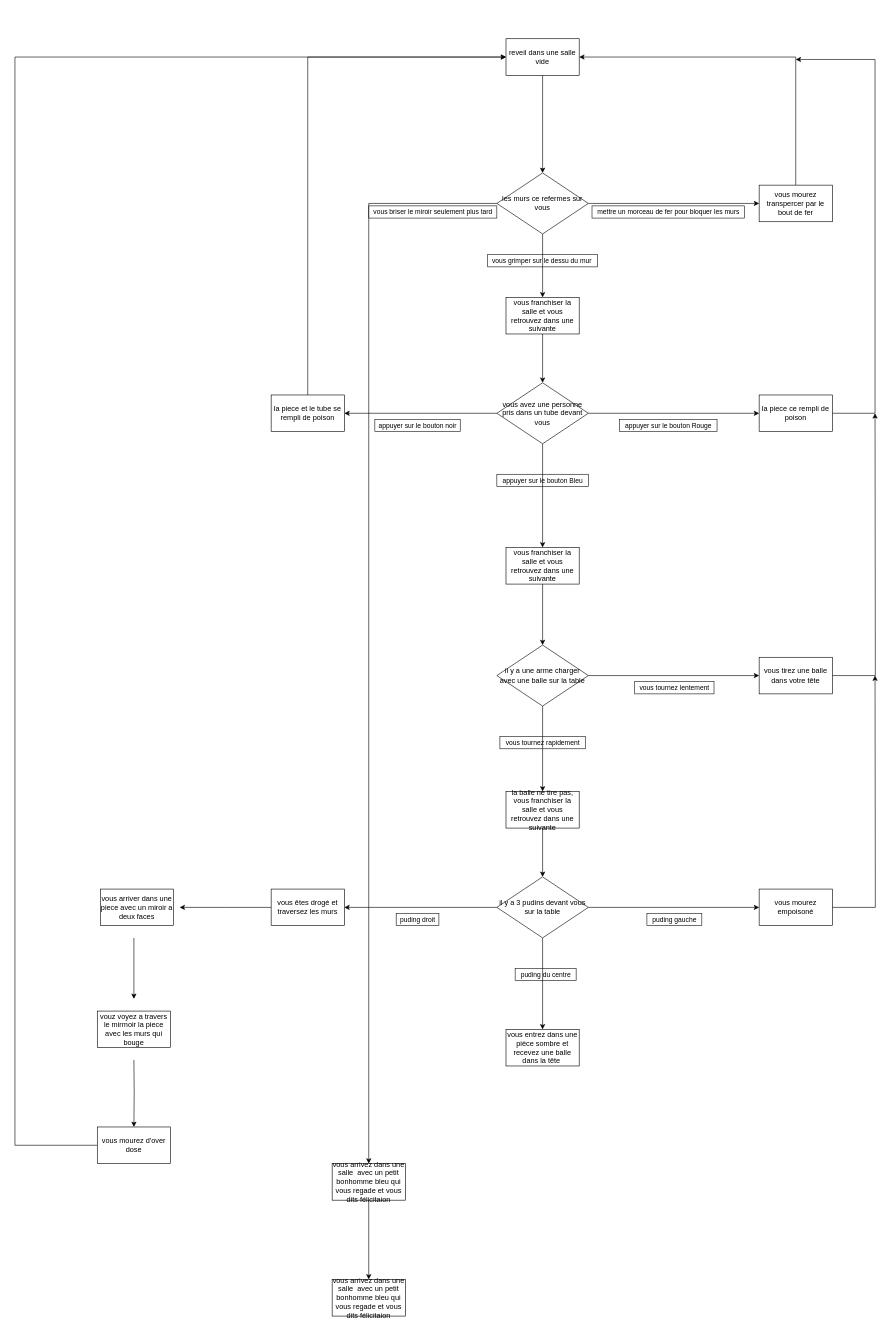
MichaelSimardVaudry/Vous-etes-le-heros-sombre-mystere keeps this draw.io diagram as simard_michael_tp01/draw.io/effet_papillon.drawio. Above is the earlier version. Source tidied: cells renumbered, new cells numbered last; positions are measured from the earlier drawing's top-left corner, leaving out a move shared by most shapes. Both pictures are drawn from the tidied source at 61%, with x=0, y=0 at pixel (15, 38).
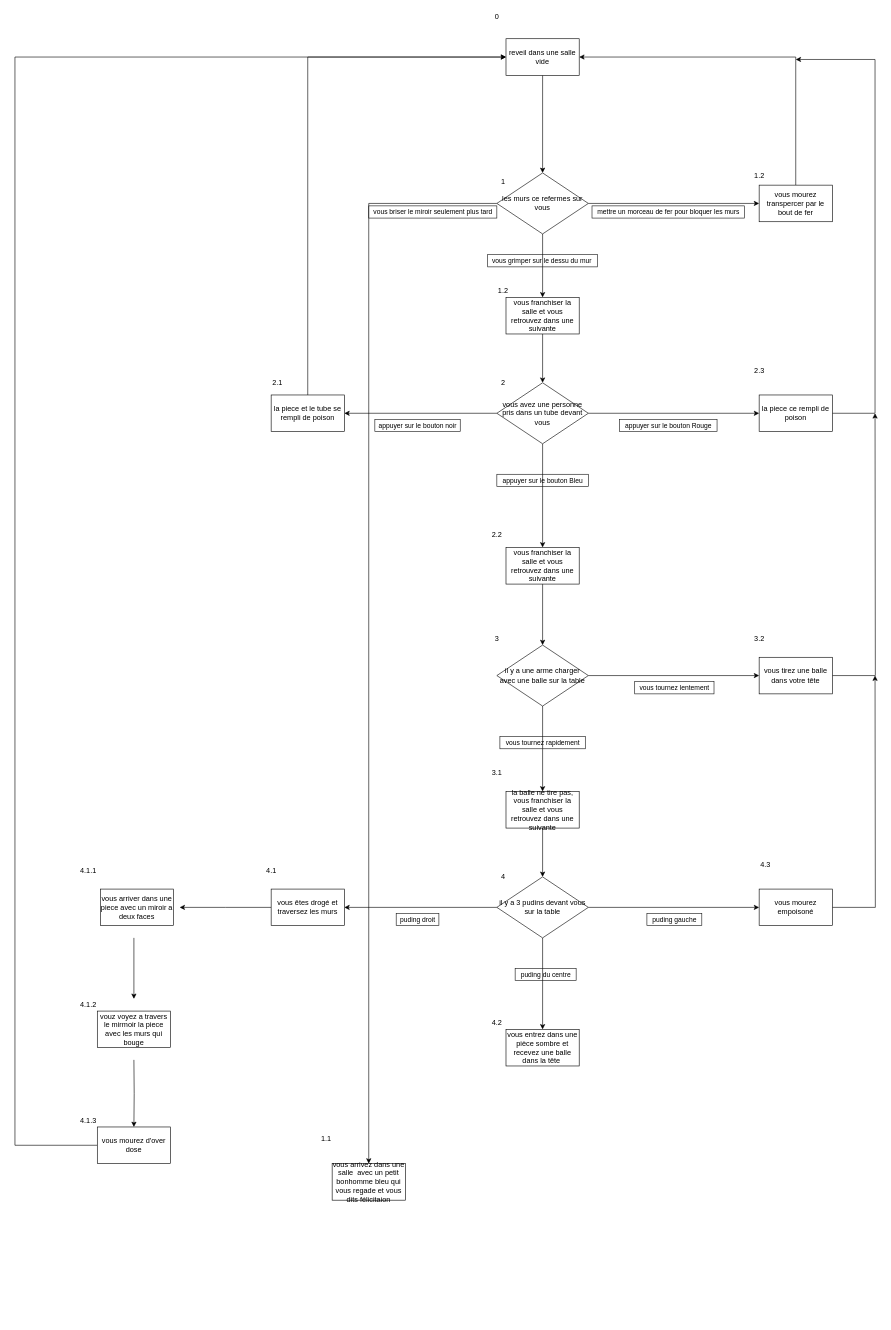
Above is the later version.

The change refers to these unchanged cells:
```xml
<mxCell id="54" value="vous arrivez dans une salle&amp;nbsp; avec un petit bonhomme bleu qui vous regade et vous dits félicitaion" style="rounded=0;whiteSpace=wrap;html=1;shadow=0;glass=0;strokeWidth=1;strokeColor=#000000;" parent="1" vertex="1">
  <mxGeometry x="520" y="1844" width="120" height="60" as="geometry" />
</mxCell>
```

The edit, as a diff of the source:
```diff
@@
-    <mxCell id="53" style="edgeStyle=orthogonalEdgeStyle;rounded=0;jettySize=auto;html=1;entryX=0.5;entryY=0;entryDx=0;entryDy=0;strokeColor=#000000;" parent="1" edge="1" source="54" target="55">
-      <mxGeometry relative="1" as="geometry" />
-    </mxCell>
@@
-    <mxCell id="55" value="vous arrivez dans une salle&amp;nbsp; avec un petit bonhomme bleu qui vous regade et vous dits félicitaion" style="rounded=0;whiteSpace=wrap;html=1;shadow=0;glass=0;strokeWidth=1;strokeColor=#000000;" parent="1" vertex="1">
-      <mxGeometry x="520" y="2034" width="120" height="60" as="geometry" />
-    </mxCell>
@@
+    <mxCell id="58" value="1" style="text;html=1;align=center;verticalAlign=middle;strokeColor=none;" parent="1" vertex="1">
+      <mxGeometry x="790" y="224" width="20" height="20" as="geometry" />
+    </mxCell>
+    <mxCell id="59" value="2" style="text;html=1;align=center;verticalAlign=middle;strokeColor=none;" parent="1" vertex="1">
+      <mxGeometry x="790" y="554" width="20" height="20" as="geometry" />
+    </mxCell>
+    <mxCell id="60" value="3" style="text;html=1;align=center;verticalAlign=middle;strokeColor=none;" parent="1" vertex="1">
+      <mxGeometry x="780" y="974" width="20" height="20" as="geometry" />
+    </mxCell>
+    <mxCell id="61" value="4" style="text;html=1;align=center;verticalAlign=middle;strokeColor=none;" parent="1" vertex="1">
+      <mxGeometry x="790" y="1364" width="20" height="20" as="geometry" />
+    </mxCell>
+    <mxCell id="62" value="1.2" style="text;html=1;align=center;verticalAlign=middle;strokeColor=none;" parent="1" vertex="1">
+      <mxGeometry x="785" y="404" width="30" height="20" as="geometry" />
+    </mxCell>
+    <mxCell id="63" value="1.2" style="text;html=1;align=center;verticalAlign=middle;strokeColor=none;" parent="1" vertex="1">
+      <mxGeometry x="1205" y="214" width="30" height="20" as="geometry" />
+    </mxCell>
+    <mxCell id="64" value="1.1" style="text;html=1;align=center;verticalAlign=middle;strokeColor=none;" parent="1" vertex="1">
+      <mxGeometry x="495" y="1794" width="30" height="20" as="geometry" />
+    </mxCell>
+    <mxCell id="65" value="0" style="text;html=1;align=center;verticalAlign=middle;strokeColor=none;" parent="1" vertex="1">
+      <mxGeometry x="780" y="-46" width="20" height="20" as="geometry" />
+    </mxCell>
+    <mxCell id="66" value="2.1" style="text;html=1;align=center;verticalAlign=middle;strokeColor=none;" parent="1" vertex="1">
+      <mxGeometry x="415" y="554" width="30" height="20" as="geometry" />
+    </mxCell>
+    <mxCell id="67" value="2.3" style="text;html=1;align=center;verticalAlign=middle;strokeColor=none;" parent="1" vertex="1">
+      <mxGeometry x="1205" y="534" width="30" height="20" as="geometry" />
+    </mxCell>
+    <mxCell id="68" value="2.2" style="text;html=1;align=center;verticalAlign=middle;strokeColor=none;" parent="1" vertex="1">
+      <mxGeometry x="775" y="804" width="30" height="20" as="geometry" />
+    </mxCell>
+    <mxCell id="69" value="3.2" style="text;html=1;align=center;verticalAlign=middle;strokeColor=none;" parent="1" vertex="1">
+      <mxGeometry x="1205" y="974" width="30" height="20" as="geometry" />
+    </mxCell>
+    <mxCell id="70" value="3.1" style="text;html=1;align=center;verticalAlign=middle;strokeColor=none;" parent="1" vertex="1">
+      <mxGeometry x="775" y="1194" width="30" height="20" as="geometry" />
+    </mxCell>
+    <mxCell id="71" value="4.1" style="text;html=1;align=center;verticalAlign=middle;strokeColor=none;" parent="1" vertex="1">
+      <mxGeometry x="405" y="1354" width="30" height="20" as="geometry" />
+    </mxCell>
+    <mxCell id="72" value="4.1.1" style="text;html=1;align=center;verticalAlign=middle;strokeColor=none;" parent="1" vertex="1">
+      <mxGeometry x="100" y="1354" width="40" height="20" as="geometry" />
+    </mxCell>
+    <mxCell id="73" value="4.1.2" style="text;html=1;align=center;verticalAlign=middle;strokeColor=none;" parent="1" vertex="1">
+      <mxGeometry x="100" y="1574" width="40" height="20" as="geometry" />
+    </mxCell>
+    <mxCell id="74" value="4.1.3" style="text;html=1;align=center;verticalAlign=middle;strokeColor=none;" parent="1" vertex="1">
+      <mxGeometry x="100" y="1764" width="40" height="20" as="geometry" />
+    </mxCell>
+    <mxCell id="75" value="4.2" style="text;html=1;align=center;verticalAlign=middle;strokeColor=none;" parent="1" vertex="1">
+      <mxGeometry x="775" y="1604" width="30" height="20" as="geometry" />
+    </mxCell>
+    <mxCell id="76" value="4.3" style="text;html=1;align=center;verticalAlign=middle;strokeColor=none;" parent="1" vertex="1">
+      <mxGeometry x="1215" y="1344" width="30" height="20" as="geometry" />
+    </mxCell>
```
